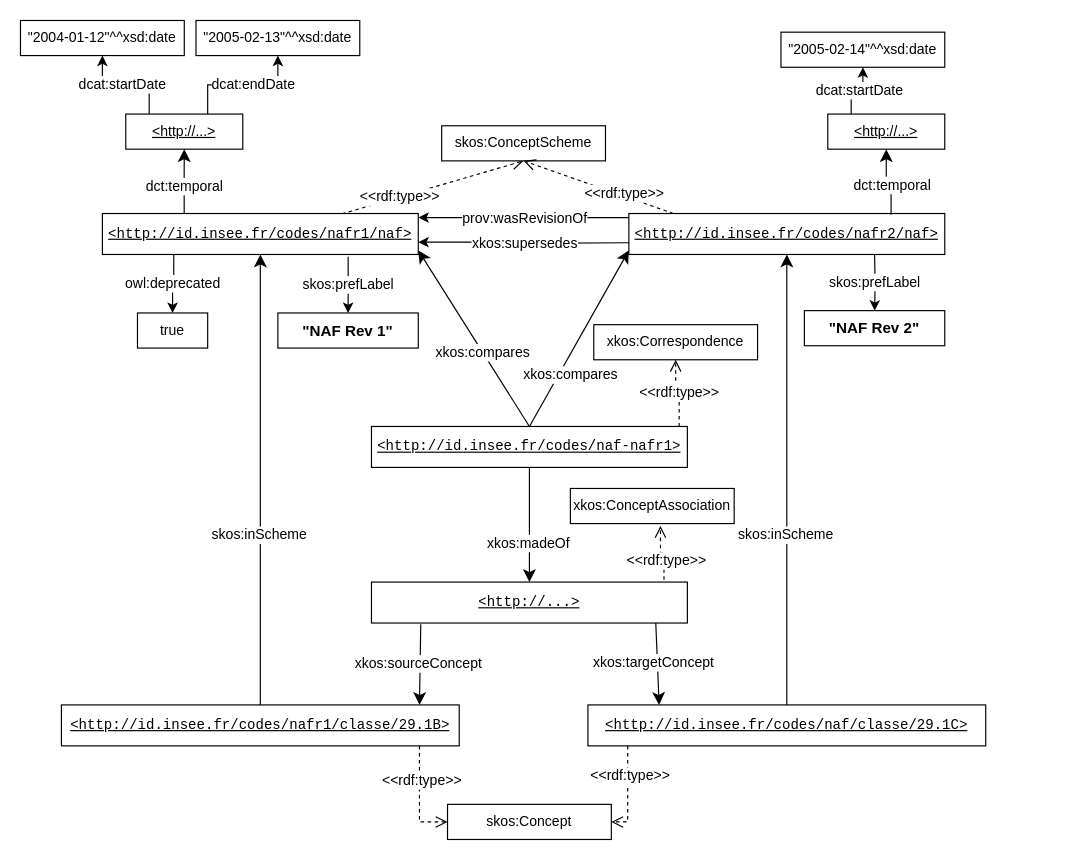
Earlier version of the draw.io diagram page "Diagram V2" (1 of 2) of img/bp-series-example.drawio (linked-statistics/xkos). Source tidied: cells renumbered, new cells numbered last; positions are measured from the earlier drawing's top-left corner, leaving out a move shared by most shapes. Both pictures are drawn from the tidied source at 117%, with x=0, y=0 at pixel (20, 20).
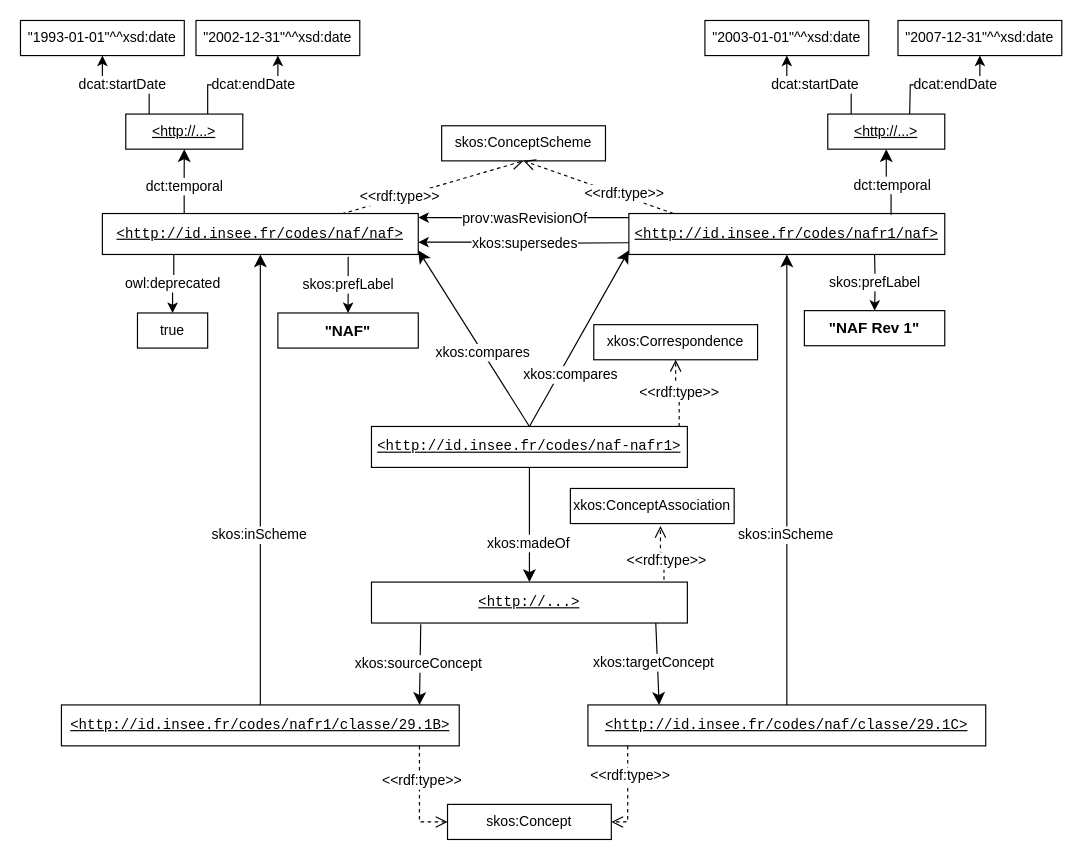
After the change.

What changed in the source:
```diff
@@
-    <mxCell id="5" value="&lt;pre class=&quot;nohighlight&quot;&gt;&lt;u&gt;&amp;lt;http://id.insee.fr/codes/nafr1/naf&amp;gt;&lt;/u&gt;&lt;/pre&gt;" style="rounded=0;whiteSpace=wrap;html=1;snapToPoint=1;points=[[0.1,0],[0.2,0],[0.3,0],[0.4,0],[0.5,0],[0.6,0],[0.7,0],[0.8,0],[0.9,0],[0,0.1],[0,0.3],[0,0.5],[0,0.7],[0,0.9],[0.1,1],[0.2,1],[0.3,1],[0.4,1],[0.5,1],[0.6,1],[0.7,1],[0.8,1],[0.9,1],[1,0.1],[1,0.3],[1,0.5],[1,0.7],[1,0.9]];" parent="1" vertex="1">
+    <mxCell id="5" value="&lt;pre class=&quot;nohighlight&quot;&gt;&lt;u&gt;&amp;lt;http://id.insee.fr/codes/naf/naf&amp;gt;&lt;/u&gt;&lt;/pre&gt;" style="rounded=0;whiteSpace=wrap;html=1;snapToPoint=1;points=[[0.1,0],[0.2,0],[0.3,0],[0.4,0],[0.5,0],[0.6,0],[0.7,0],[0.8,0],[0.9,0],[0,0.1],[0,0.3],[0,0.5],[0,0.7],[0,0.9],[0.1,1],[0.2,1],[0.3,1],[0.4,1],[0.5,1],[0.6,1],[0.7,1],[0.8,1],[0.9,1],[1,0.1],[1,0.3],[1,0.5],[1,0.7],[1,0.9]];" parent="1" vertex="1">
       <mxGeometry x="70" y="165" width="270" height="35" as="geometry" />
     </mxCell>
@@
-    <mxCell id="10" value="&lt;pre class=&quot;nohighlight&quot;&gt;&lt;u&gt;&amp;lt;http://id.insee.fr/codes/nafr2/naf&amp;gt;&lt;/u&gt;&lt;/pre&gt;" style="rounded=0;whiteSpace=wrap;html=1;snapToPoint=1;points=[[0.1,0],[0.2,0],[0.3,0],[0.4,0],[0.5,0],[0.6,0],[0.7,0],[0.8,0],[0.9,0],[0,0.1],[0,0.3],[0,0.5],[0,0.7],[0,0.9],[0.1,1],[0.2,1],[0.3,1],[0.4,1],[0.5,1],[0.6,1],[0.7,1],[0.8,1],[0.9,1],[1,0.1],[1,0.3],[1,0.5],[1,0.7],[1,0.9]];" parent="1" vertex="1">
+    <mxCell id="10" value="&lt;pre class=&quot;nohighlight&quot;&gt;&lt;u&gt;&amp;lt;http://id.insee.fr/codes/nafr1/naf&amp;gt;&lt;/u&gt;&lt;/pre&gt;" style="rounded=0;whiteSpace=wrap;html=1;snapToPoint=1;points=[[0.1,0],[0.2,0],[0.3,0],[0.4,0],[0.5,0],[0.6,0],[0.7,0],[0.8,0],[0.9,0],[0,0.1],[0,0.3],[0,0.5],[0,0.7],[0,0.9],[0.1,1],[0.2,1],[0.3,1],[0.4,1],[0.5,1],[0.6,1],[0.7,1],[0.8,1],[0.9,1],[1,0.1],[1,0.3],[1,0.5],[1,0.7],[1,0.9]];" parent="1" vertex="1">
       <mxGeometry x="520" y="165" width="270" height="35" as="geometry" />
     </mxCell>
@@
-    <mxCell id="18" value="&quot;2004-01-12&quot;^^xsd:date" style="rounded=0;whiteSpace=wrap;html=1;snapToPoint=1;fontSize=12;" parent="1" vertex="1">
+    <mxCell id="18" value="&quot;1993-01-01&quot;^^xsd:date" style="rounded=0;whiteSpace=wrap;html=1;snapToPoint=1;fontSize=12;" parent="1" vertex="1">
       <mxGeometry width="140" height="30" as="geometry" />
     </mxCell>
@@
-    <mxCell id="21" value="&quot;2005-02-13&quot;^^xsd:date" style="rounded=0;whiteSpace=wrap;html=1;snapToPoint=1;fontSize=12;" parent="1" vertex="1">
+    <mxCell id="21" value="&quot;2002-12-31&quot;^^xsd:date" style="rounded=0;whiteSpace=wrap;html=1;snapToPoint=1;fontSize=12;" parent="1" vertex="1">
       <mxGeometry x="150" width="140" height="30" as="geometry" />
     </mxCell>
@@
-    <mxCell id="25" value="&quot;2005-02-14&quot;^^xsd:date" style="rounded=0;whiteSpace=wrap;html=1;snapToPoint=1;fontSize=12;" parent="1" vertex="1">
-      <mxGeometry x="650" y="10" width="140" height="30" as="geometry" />
+    <mxCell id="25" value="&quot;2003-01-01&quot;^^xsd:date" style="rounded=0;whiteSpace=wrap;html=1;snapToPoint=1;fontSize=12;" parent="1" vertex="1">
+      <mxGeometry x="585" width="140" height="30" as="geometry" />
     </mxCell>
@@
-    <mxCell id="27" value="&lt;font style=&quot;font-size: 13px&quot;&gt;&lt;b&gt;&quot;NAF Rev 1&quot;&lt;/b&gt;&lt;/font&gt;" style="rounded=0;whiteSpace=wrap;html=1;snapToPoint=1;fontSize=12;" parent="1" vertex="1">
+    <mxCell id="27" value="&lt;font style=&quot;font-size: 13px&quot;&gt;&lt;b&gt;&quot;NAF&quot;&lt;/b&gt;&lt;/font&gt;" style="rounded=0;whiteSpace=wrap;html=1;snapToPoint=1;fontSize=12;" parent="1" vertex="1">
       <mxGeometry x="220" y="250" width="120" height="30" as="geometry" />
     </mxCell>
@@
-    <mxCell id="29" value="&lt;font style=&quot;font-size: 13px&quot;&gt;&lt;b&gt;&quot;NAF Rev 2&quot;&lt;/b&gt;&lt;/font&gt;" style="rounded=0;whiteSpace=wrap;html=1;snapToPoint=1;fontSize=12;" parent="1" vertex="1">
+    <mxCell id="29" value="&lt;font style=&quot;font-size: 13px&quot;&gt;&lt;b&gt;&quot;NAF Rev 1&quot;&lt;/b&gt;&lt;/font&gt;" style="rounded=0;whiteSpace=wrap;html=1;snapToPoint=1;fontSize=12;" parent="1" vertex="1">
       <mxGeometry x="670" y="248" width="120" height="30" as="geometry" />
     </mxCell>
@@
+    <mxCell id="61" value="dcat:endDate" style="edgeStyle=orthogonalEdgeStyle;rounded=0;jettySize=auto;html=1;exitX=0.7;exitY=0;exitDx=0;exitDy=0;fontSize=12;entryX=0.5;entryY=1;entryDx=0;entryDy=0;" parent="1" edge="1" target="62">
+      <mxGeometry x="0.17" relative="1" as="geometry">
+        <mxPoint x="760" y="80" as="sourcePoint" />
+      </mxGeometry>
+    </mxCell>
+    <mxCell id="62" value="&quot;2007-12-31&quot;^^xsd:date" style="rounded=0;whiteSpace=wrap;html=1;snapToPoint=1;fontSize=12;" parent="1" vertex="1">
+      <mxGeometry x="750" width="140" height="30" as="geometry" />
+    </mxCell>
```
